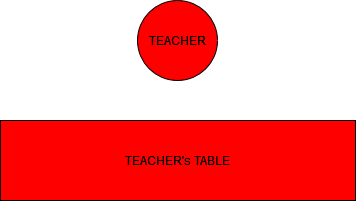
This is src/assets/Seating Chart - Teacher.png from ELXLabUF/Contextualizer, a draw.io export, as it was before one commit. Source tidied: cells renumbered, new cells last; positions are measured from the earlier drawing's top-left corner, leaving out a move shared by most shapes. The source it was exported from:
```xml
<mxGraphModel>
  <root>
    <mxCell id="0" />
    <mxCell id="1" parent="0" />
    <mxCell id="2" value="TEACHER" style="ellipse;whiteSpace=wrap;html=1;labelBackgroundColor=#ff0000;fillColor=#ff0000;" parent="1" vertex="1">
      <mxGeometry x="137" width="80" height="80" as="geometry" />
    </mxCell>
    <mxCell id="3" value="TEACHER's TABLE" style="rounded=0;whiteSpace=wrap;html=1;labelBackgroundColor=#ff0000;fillColor=#ff0000;" parent="1" vertex="1">
      <mxGeometry y="120" width="355" height="80" as="geometry" />
    </mxCell>
  </root>
</mxGraphModel>
```
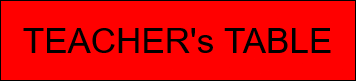
After the commit.

Commit message:
Changed seating chart text and image.

Change to the diagram source:
```diff
@@ -2,10 +2,7 @@
   <root>
     <mxCell id="0" />
     <mxCell id="1" parent="0" />
-    <mxCell id="2" value="TEACHER" style="ellipse;whiteSpace=wrap;html=1;labelBackgroundColor=#ff0000;fillColor=#ff0000;" parent="1" vertex="1">
-      <mxGeometry x="137" width="80" height="80" as="geometry" />
-    </mxCell>
-    <mxCell id="3" value="TEACHER's TABLE" style="rounded=0;whiteSpace=wrap;html=1;labelBackgroundColor=#ff0000;fillColor=#ff0000;" parent="1" vertex="1">
+    <mxCell id="3" value="&lt;font style=&quot;font-size: 35px;&quot;&gt;TEACHER's TABLE&lt;/font&gt;" style="rounded=0;whiteSpace=wrap;html=1;labelBackgroundColor=#ff0000;fillColor=#ff0000;" parent="1" vertex="1">
       <mxGeometry y="120" width="355" height="80" as="geometry" />
     </mxCell>
   </root>
```
